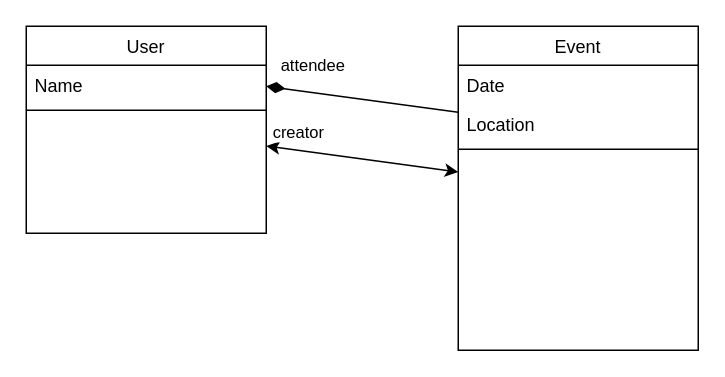
This is Model.drawio from upkl/odin-rails-advanced-forms-private-events, a draw.io file, before an edit. Source tidied: cells renumbered, new cells numbered last; positions are measured from the earlier drawing's top-left corner, leaving out a move shared by most shapes. Both pictures are drawn from the tidied source at 150%, with x=0, y=0 at pixel (26, 26).
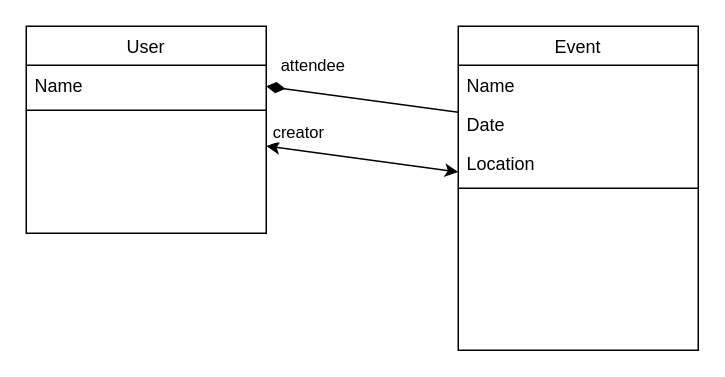
After the change.

Commit message:
added event name to Model.drawio

What changed in the source:
```diff
@@
 <mxGraphModel>
   <root>
     <mxCell id="0" />
     <mxCell id="1" parent="0" />
     <mxCell id="2" value="User" style="swimlane;fontStyle=0;align=center;verticalAlign=top;horizontal=1;startSize=26;rounded=0;shadow=0;strokeWidth=1;" parent="1" vertex="1">
       <mxGeometry width="160" height="138" as="geometry" />
     </mxCell>
     <mxCell id="3" value="Name" style="text;align=left;verticalAlign=top;spacingLeft=4;spacingRight=4;overflow=hidden;" parent="2" vertex="1">
       <mxGeometry y="26" width="160" height="26" as="geometry" />
     </mxCell>
     <mxCell id="4" style="line;html=1;strokeWidth=1;align=left;verticalAlign=middle;spacingTop=-1;spacingLeft=3;spacingRight=3;labelPosition=right;" parent="2" vertex="1">
       <mxGeometry y="52" width="160" height="8" as="geometry" />
     </mxCell>
     <mxCell id="5" value="Event" style="swimlane;fontStyle=0;align=center;verticalAlign=top;horizontal=1;startSize=26;rounded=0;shadow=0;strokeWidth=1;" parent="1" vertex="1">
       <mxGeometry x="288" width="160" height="216" as="geometry" />
     </mxCell>
+    <mxCell id="12" value="Name" style="text;align=left;verticalAlign=top;spacingLeft=4;spacingRight=4;overflow=hidden;rounded=0;shadow=0;html=0;" parent="5" vertex="1">
+      <mxGeometry y="26" width="160" height="26" as="geometry" />
+    </mxCell>
     <mxCell id="6" value="Date" style="text;align=left;verticalAlign=top;spacingLeft=4;spacingRight=4;overflow=hidden;" parent="5" vertex="1">
-      <mxGeometry y="26" width="160" height="26" as="geometry" />
+      <mxGeometry y="52" width="160" height="26" as="geometry" />
     </mxCell>
     <mxCell id="7" value="Location" style="text;align=left;verticalAlign=top;spacingLeft=4;spacingRight=4;overflow=hidden;rounded=0;shadow=0;html=0;" parent="5" vertex="1">
-      <mxGeometry y="52" width="160" height="26" as="geometry" />
+      <mxGeometry y="78" width="160" height="26" as="geometry" />
     </mxCell>
     <mxCell id="8" style="line;html=1;strokeWidth=1;align=left;verticalAlign=middle;spacingTop=-1;spacingLeft=3;spacingRight=3;labelPosition=right;" parent="5" vertex="1">
-      <mxGeometry y="78" width="160" height="8" as="geometry" />
+      <mxGeometry y="104" width="160" height="8" as="geometry" />
     </mxCell>
     <mxCell id="9" value="&lt;div&gt;creator&lt;/div&gt;" style="endArrow=classic;startArrow=classic;html=1;rounded=0;verticalAlign=bottom;labelPosition=left;verticalLabelPosition=top;align=right;" parent="1" edge="1" source="5" target="2">
       <mxGeometry x="0.39" y="-5" relative="1" as="geometry">
         <mxPoint x="1" as="offset" />
       </mxGeometry>
     </mxCell>
     <mxCell id="10" style="endArrow=none;startArrow=diamondThin;html=1;rounded=0;horizontal=1;strokeWidth=1;endSize=6;targetPerimeterSpacing=0;startFill=1;endFill=0;startSize=10;" parent="1" edge="1">
       <mxGeometry relative="1" as="geometry">
         <mxPoint x="160" y="40" as="sourcePoint" />
         <mxPoint x="288" y="57.3" as="targetPoint" />
       </mxGeometry>
     </mxCell>
     <mxCell id="11" value="attendee" style="edgeLabel;html=1;align=center;verticalAlign=middle;" parent="10" vertex="1">
       <mxGeometry x="-0.14" y="-1" relative="1" as="geometry">
         <mxPoint x="-25" y="-23" as="offset" />
       </mxGeometry>
     </mxCell>
   </root>
 </mxGraphModel>
```
